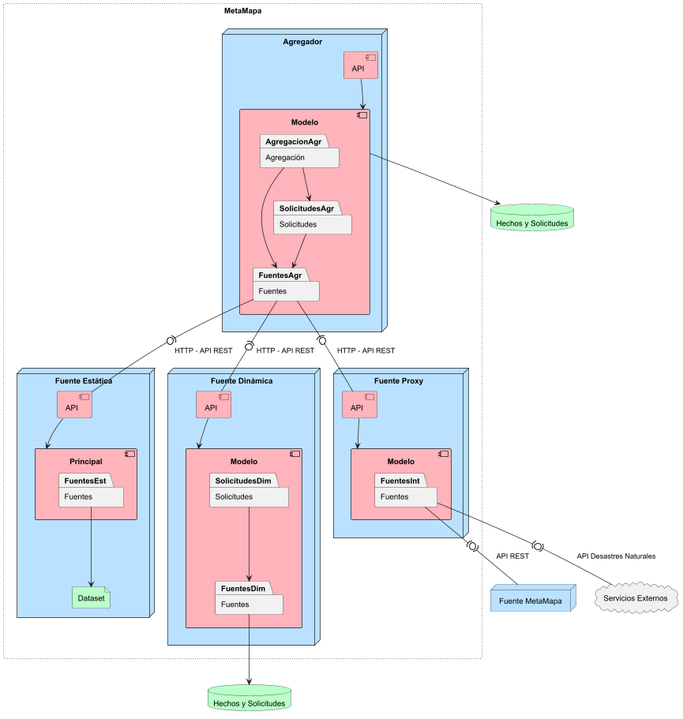
The PlantUML diagram docs/diagrama_arquitectura.png in Leo-de-Riv3r/2025-tpa-ma-ma-grupo-02-deploy, before a commit. Source of this version:
```plantuml
@startuml

rectangle MetaMapa #line.dotted {
  node FuenteEst as "Fuente Estática" {
    component ApiEst as "API"
    component PrincipalEst as "Principal" {
      package FuentesEst as "Fuentes"
    }
    file dataset as "Dataset" #baffc9
  }
  node FuenteDim as "Fuente Dinámica" {
    component ApiDim as "API"
    component ModeloDim as "Modelo" {
      package FuentesDim as "Fuentes"
      package SolicitudesDim as "Solicitudes"
    }
  }
  node FuenteInt as "Fuente Proxy" {
    component ApiInt as "API"
    component ModeloInt as "Modelo" {
      package FuentesInt as "Fuentes"
    }
  }
  node Agregador {
    component ApiAgr as "API"
    component ModeloAgr as "Modelo" {
      package AgregacionAgr as "Agregación"
      package FuentesAgr as "Fuentes"
      package SolicitudesAgr as "Solicitudes"
    }
  }
}

node FuenteMetaMapa as "Fuente MetaMapa"

database HechosYSolicitudes1 as "Hechos y Solicitudes"
database HechosYSolicitudes2 as "Hechos y Solicitudes"

cloud ServiciosExt as "Servicios Externos"

FuentesAgr -(0- ApiEst : "HTTP - API REST"
FuentesAgr -(0- ApiDim : "HTTP - API REST"
FuentesAgr -(0- ApiInt : "HTTP - API REST"
FuentesInt -(0)- ServiciosExt : "API Desastres Naturales"
FuentesInt -(0)- FuenteMetaMapa : "API REST"

ApiEst --> PrincipalEst
ApiDim --> ModeloDim
ApiInt --> ModeloInt

FuentesEst --> dataset

SolicitudesDim --> FuentesDim

FuentesDim --> HechosYSolicitudes1

ApiAgr --> ModeloAgr
AgregacionAgr --> SolicitudesAgr
SolicitudesAgr --> FuentesAgr
AgregacionAgr --> FuentesAgr
ModeloAgr --> HechosYSolicitudes2


skinparam node {
  BackgroundColor #BAE1FF
}

skinparam component {
  BackgroundColor #FFB3BA
}

skinparam database {
  BackgroundColor #BAFFC9
}

@enduml
```
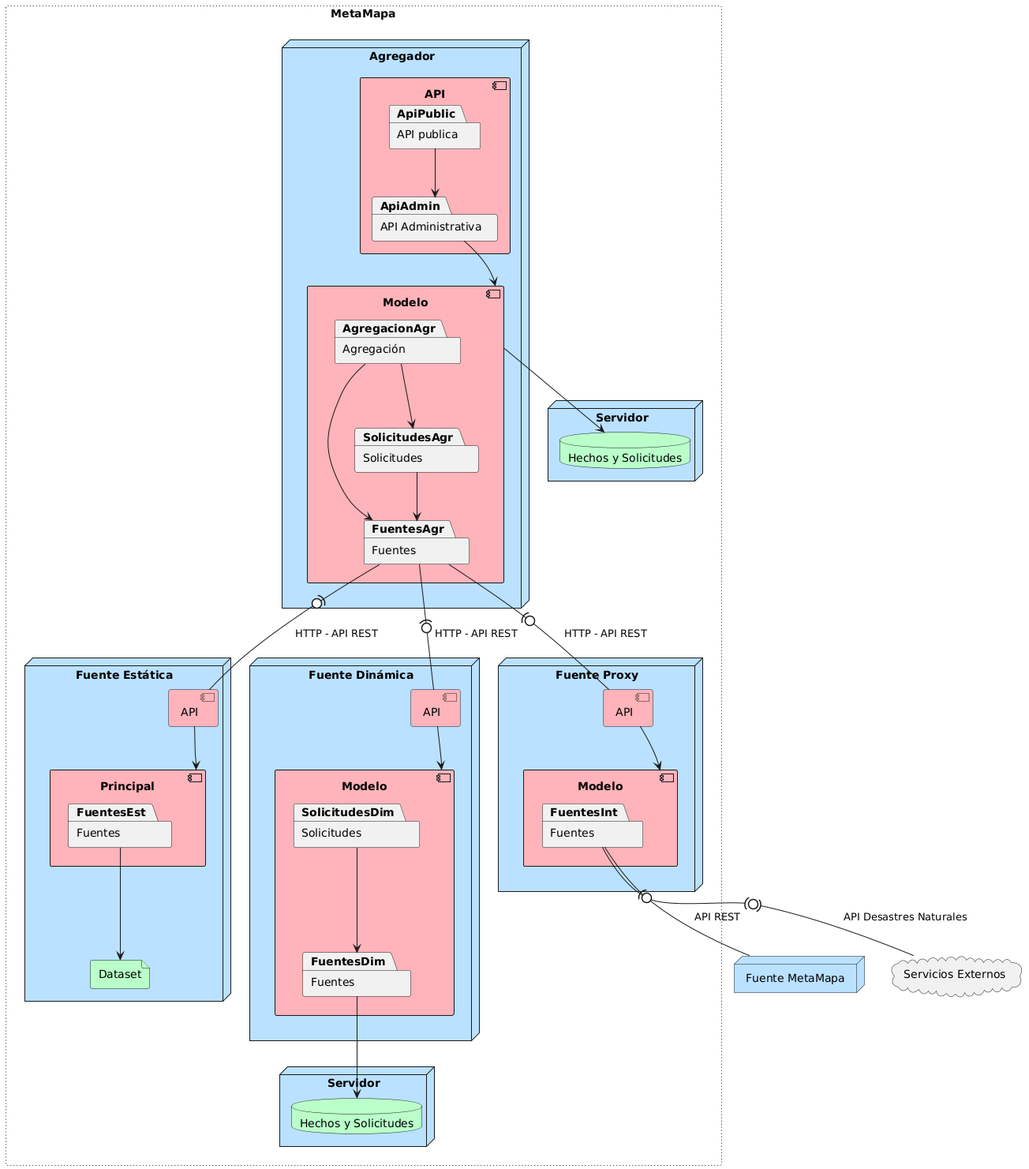
The same file after the commit.

Commit message:
Agrego diagrama actualizado

What changed in the source:
```diff
@@ -1,5 +1,4 @@
 @startuml
-
 rectangle MetaMapa #line.dotted {
   node FuenteEst as "Fuente Estática" {
     component ApiEst as "API"
@@ -22,19 +21,25 @@
     }
   }
   node Agregador {
-    component ApiAgr as "API"
+    component ApiAgr as "API" {
+      package ApiAdmin as "API Administrativa"
+      package ApiPublic as "API publica"
+    }
     component ModeloAgr as "Modelo" {
       package AgregacionAgr as "Agregación"
       package FuentesAgr as "Fuentes"
       package SolicitudesAgr as "Solicitudes"
     }
   }
+  node servidorProxy1 as "Servidor" {
+    database HechosYSolicitudes1 as "Hechos y Solicitudes"
+  }
+  node servidorProxy2 as "Servidor" {
+    database HechosYSolicitudes2 as "Hechos y Solicitudes"
+  }
 }
 
 node FuenteMetaMapa as "Fuente MetaMapa"
-
-database HechosYSolicitudes1 as "Hechos y Solicitudes"
-database HechosYSolicitudes2 as "Hechos y Solicitudes"
 
 cloud ServiciosExt as "Servicios Externos"
 
@@ -42,7 +47,7 @@
 FuentesAgr -(0- ApiDim : "HTTP - API REST"
 FuentesAgr -(0- ApiInt : "HTTP - API REST"
 FuentesInt -(0)- ServiciosExt : "API Desastres Naturales"
-FuentesInt -(0)- FuenteMetaMapa : "API REST"
+FuentesInt -(0- FuenteMetaMapa : "API REST"
 
 ApiEst --> PrincipalEst
 ApiDim --> ModeloDim
@@ -54,7 +59,8 @@
 
 FuentesDim --> HechosYSolicitudes1
 
-ApiAgr --> ModeloAgr
+ApiPublic --> ApiAdmin
+ApiAdmin --> ModeloAgr
 AgregacionAgr --> SolicitudesAgr
 SolicitudesAgr --> FuentesAgr
 AgregacionAgr --> FuentesAgr
@@ -72,5 +78,4 @@
 skinparam database {
   BackgroundColor #BAFFC9
 }
-
 @enduml
```
